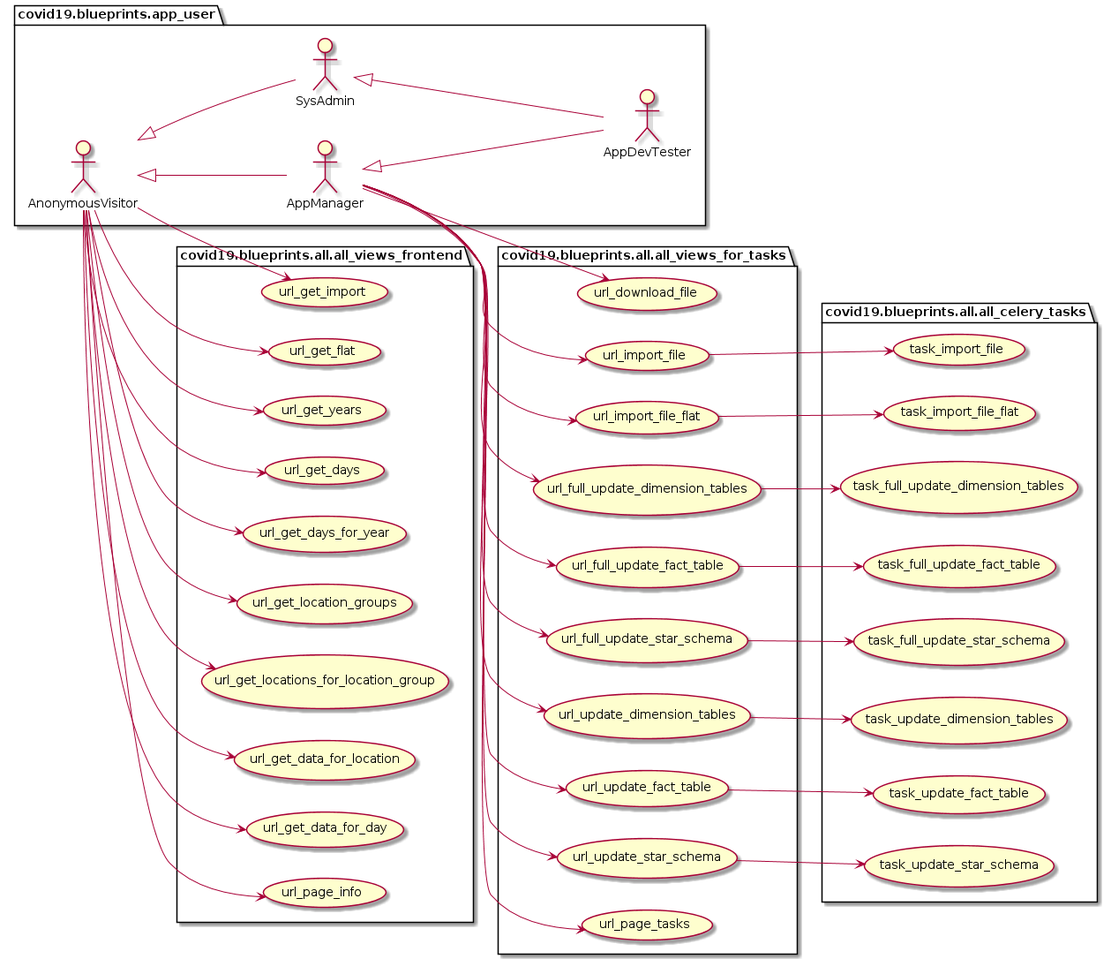
The PlantUML diagram docs/uml/data_all/all_use_cases_impl.png in thomaswoehlke/flask_covid19, before a commit.
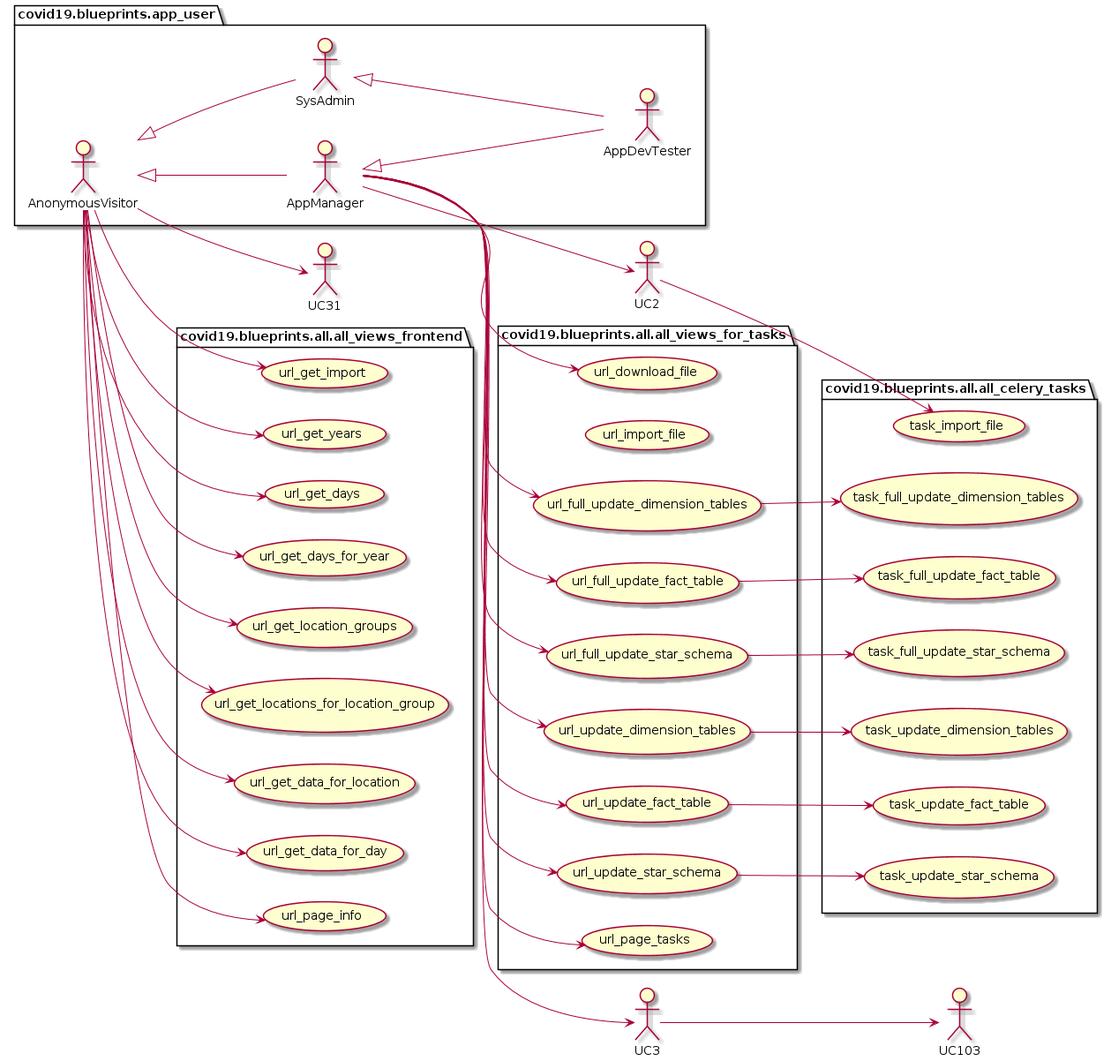
After the commit.

The edit, as a diff of the source:
```diff
@@ -14,7 +14,6 @@
 }
 package covid19.blueprints.all.all_views_frontend {
 	usecase url_get_import as UC30
-	usecase url_get_flat as UC31
 	usecase url_get_years as UC40
 	usecase url_get_days as UC41
 	usecase url_get_days_for_year as UC42
@@ -36,8 +35,7 @@
 vu --> UC80
 package covid19.blueprints.all.all_views_for_tasks {
 	usecase url_download_file as UC1
-	usecase url_import_file as UC2
-	usecase url_import_file_flat as UC3
+	usecase url_import_file as UC
 	usecase url_full_update_dimension_tables as UC10
 	usecase url_full_update_fact_table as UC11
 	usecase url_full_update_star_schema as UC12
@@ -58,7 +56,6 @@
 au --> UC81
 package covid19.blueprints.all.all_celery_tasks {
 	usecase task_import_file as UC102
-	usecase task_import_file_flat as UC103
 	usecase task_full_update_dimension_tables as UC110
 	usecase task_full_update_fact_table as UC111
 	usecase task_full_update_star_schema as UC112
```
